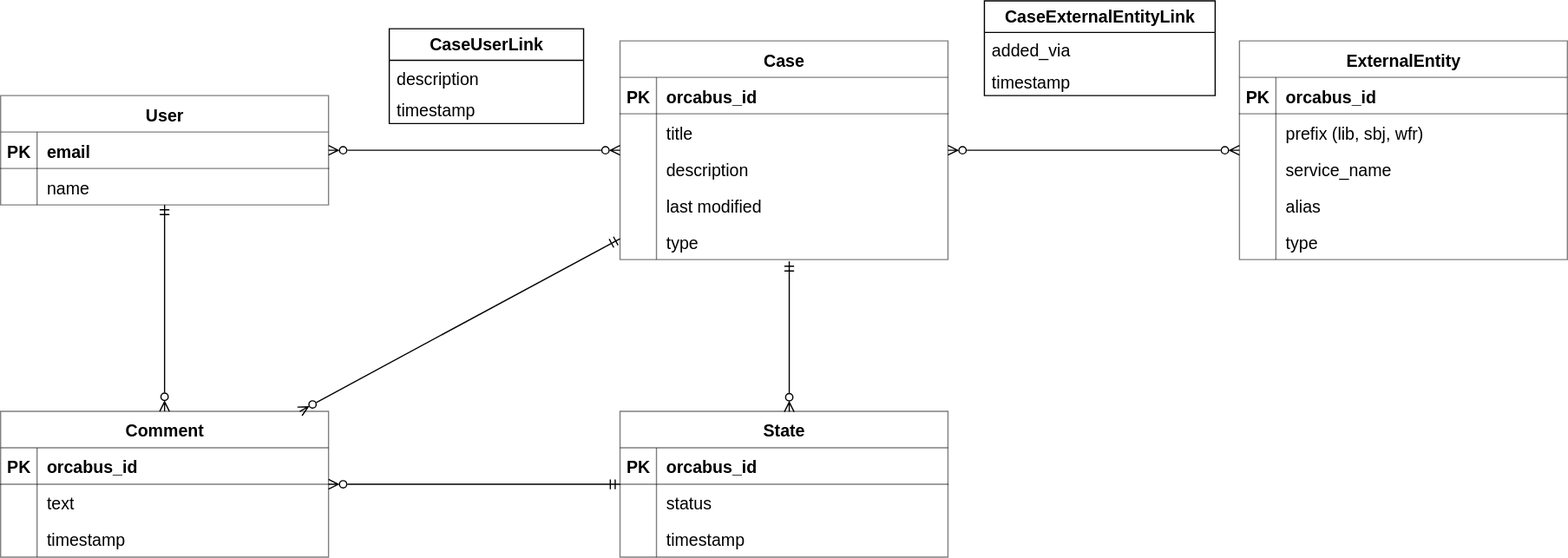
The draw.io diagram case-manager/docs/schema.drawio.svg in OrcaBus/service-case-manager, before a commit. Source tidied: cells renumbered, new cells last; positions are measured from the earlier drawing's top-left corner, leaving out a move shared by most shapes.
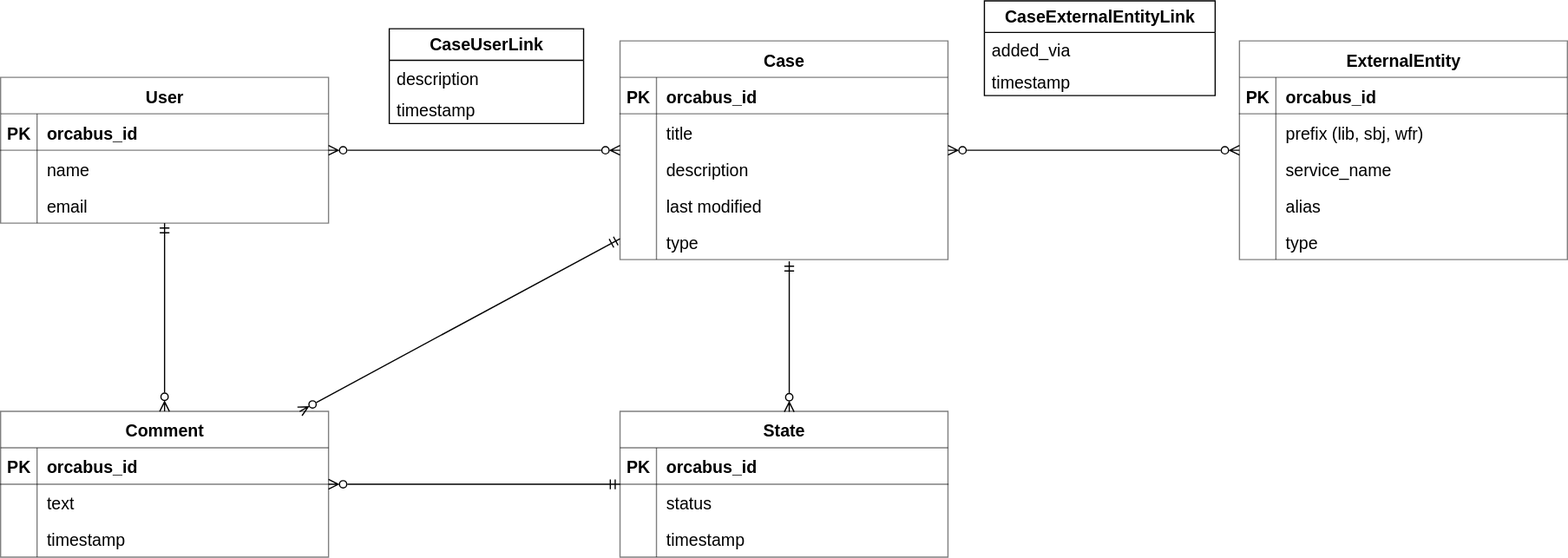
The same diagram one commit later.

Change to the diagram source:
```diff
@@ -99,7 +99,7 @@
       <mxGeometry x="30" width="240" height="30" as="geometry" />
     </mxCell>
     <mxCell id="34" value="User" style="shape=table;startSize=30;rowLines=0;fontStyle=1;align=center;fontSize=14;fillColor=none;opacity=50;" parent="1" vertex="1">
-      <mxGeometry y="78" width="270" height="90" as="geometry" />
+      <mxGeometry y="63" width="270" height="120" as="geometry" />
     </mxCell>
     <mxCell id="35" style="shape=tableRow;horizontal=0;startSize=0;swimlaneHead=0;swimlaneBody=0;fillColor=none;top=0;left=0;right=0;bottom=1;fontSize=14;opacity=50;" parent="34" vertex="1">
       <mxGeometry y="30" width="270" height="30" as="geometry" />
@@ -107,7 +107,7 @@
     <mxCell id="36" value="PK" style="shape=partialRectangle;fillColor=none;top=0;left=0;bottom=0;right=0;fontStyle=1;overflow=hidden;fontSize=14;opacity=50;" parent="35" vertex="1">
       <mxGeometry width="30" height="30" as="geometry" />
     </mxCell>
-    <mxCell id="37" value="email" style="shape=partialRectangle;fillColor=none;top=0;left=0;bottom=0;right=0;align=left;spacingLeft=6;fontStyle=1;overflow=hidden;fontSize=14;opacity=50;" parent="35" vertex="1">
+    <mxCell id="37" value="orcabus_id" style="shape=partialRectangle;fillColor=none;top=0;left=0;bottom=0;right=0;align=left;spacingLeft=6;fontStyle=1;overflow=hidden;fontSize=14;opacity=50;" parent="35" vertex="1">
       <mxGeometry x="30" width="240" height="30" as="geometry" />
     </mxCell>
     <mxCell id="38" style="shape=tableRow;horizontal=0;startSize=0;swimlaneHead=0;swimlaneBody=0;fillColor=none;top=0;left=0;right=0;bottom=0;rounded=0;shadow=0;labelBackgroundColor=#FFFFFF;labelBorderColor=none;sketch=0;fontSize=12;fontColor=#000000;" parent="34" vertex="1">
@@ -119,6 +119,15 @@
     <mxCell id="40" value="name" style="shape=partialRectangle;fillColor=none;top=0;left=0;bottom=0;right=0;align=left;spacingLeft=6;overflow=hidden;rounded=0;shadow=0;labelBackgroundColor=#FFFFFF;labelBorderColor=none;sketch=0;fontSize=14;fontColor=#000000;" parent="38" vertex="1">
       <mxGeometry x="30" width="240" height="30" as="geometry" />
     </mxCell>
+    <mxCell id="73" style="shape=tableRow;horizontal=0;startSize=0;swimlaneHead=0;swimlaneBody=0;fillColor=none;top=0;left=0;right=0;bottom=0;rounded=0;shadow=0;labelBackgroundColor=#FFFFFF;labelBorderColor=none;sketch=0;fontSize=12;fontColor=#000000;" parent="34" vertex="1">
+      <mxGeometry y="90" width="270" height="30" as="geometry" />
+    </mxCell>
+    <mxCell id="74" style="shape=partialRectangle;fillColor=none;top=0;left=0;bottom=0;right=0;overflow=hidden;rounded=0;shadow=0;labelBackgroundColor=#FFFFFF;labelBorderColor=none;sketch=0;fontSize=12;fontColor=#000000;" parent="73" vertex="1">
+      <mxGeometry width="30" height="30" as="geometry" />
+    </mxCell>
+    <mxCell id="75" value="email" style="shape=partialRectangle;fillColor=none;top=0;left=0;bottom=0;right=0;align=left;spacingLeft=6;overflow=hidden;rounded=0;shadow=0;labelBackgroundColor=#FFFFFF;labelBorderColor=none;sketch=0;fontSize=14;fontColor=#000000;" parent="73" vertex="1">
+      <mxGeometry x="30" width="240" height="30" as="geometry" />
+    </mxCell>
     <mxCell id="41" style="endArrow=ERzeroToMany;html=1;rounded=0;startArrow=ERzeroToMany;startFill=0;endFill=0;" parent="1" edge="1" source="34" target="2">
       <mxGeometry relative="1" as="geometry" />
     </mxCell>
```
